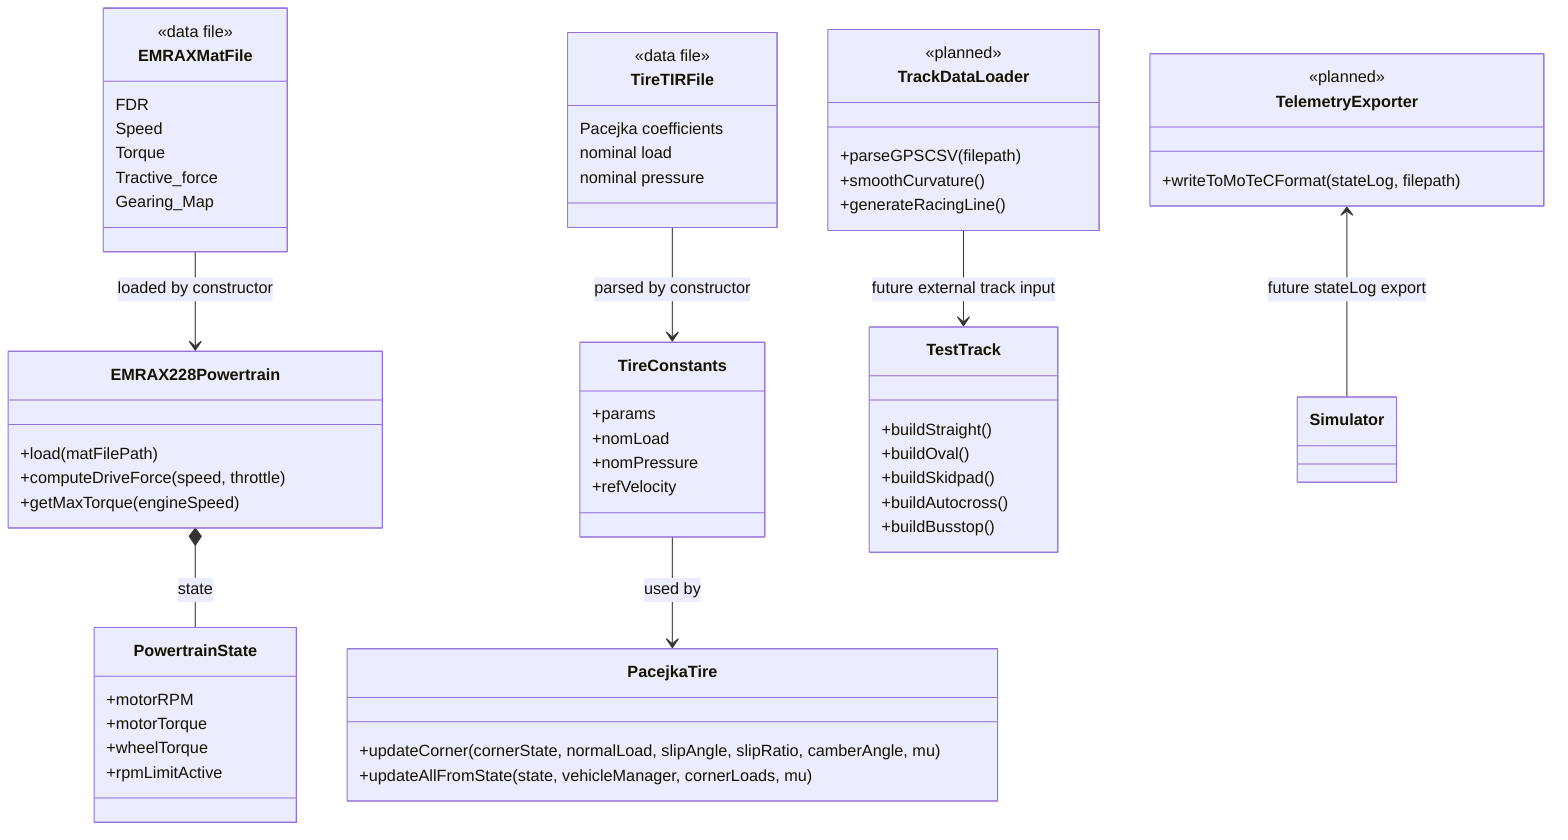
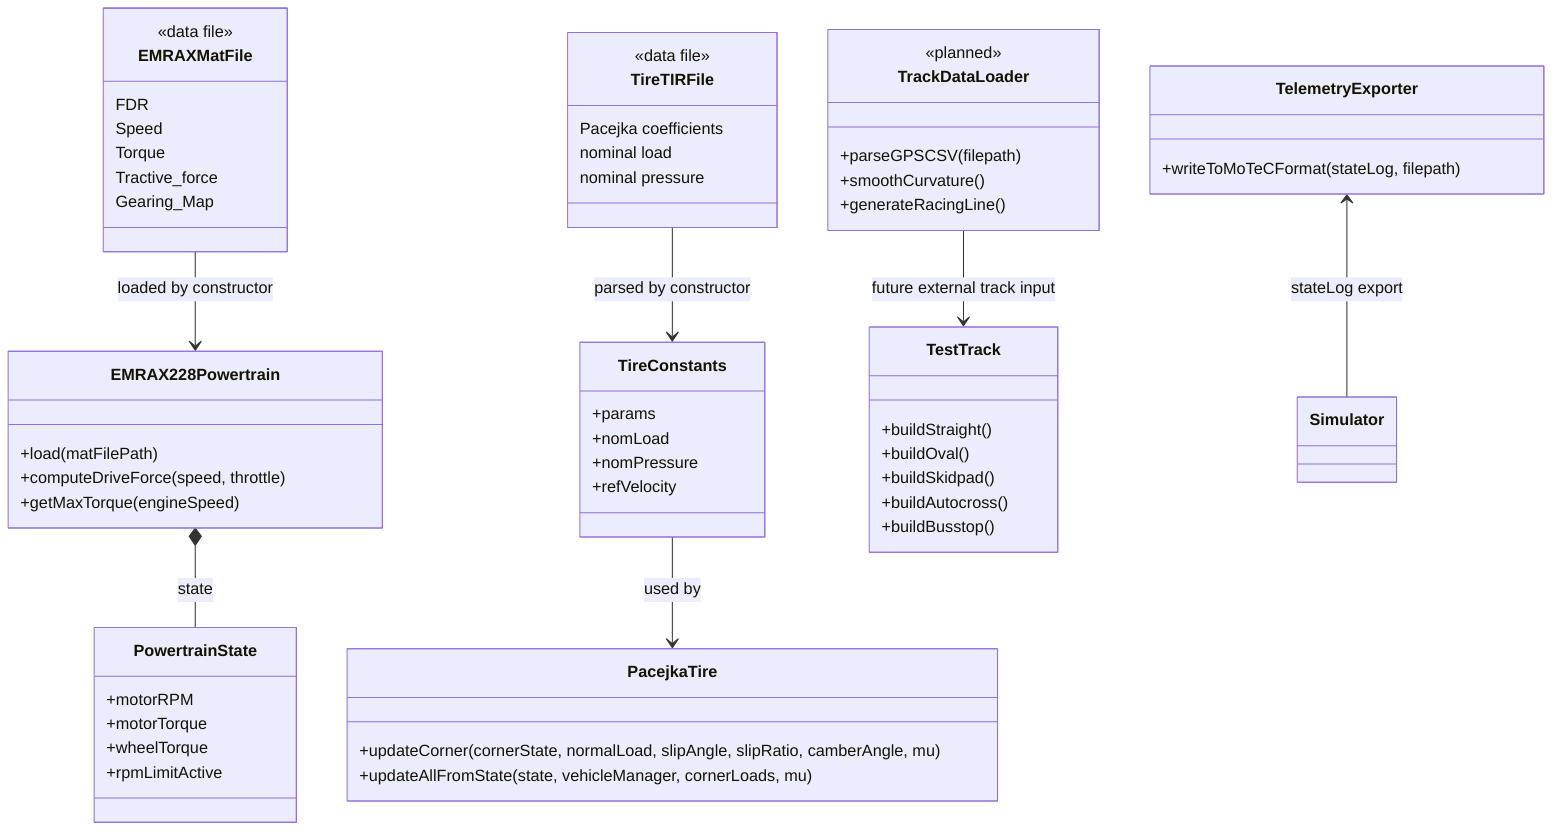
classDiagram
    class EMRAXMatFile {
        <<data file>>
        FDR
        Speed
        Torque
        Tractive_force
        Gearing_Map
    }

    class TireTIRFile {
        <<data file>>
        Pacejka coefficients
        nominal load
        nominal pressure
    }

    class EMRAX228Powertrain {
        +load(matFilePath)
        +computeDriveForce(speed, throttle)
        +getMaxTorque(engineSpeed)
    }

    class PowertrainState {
        +motorRPM
        +motorTorque
        +wheelTorque
        +rpmLimitActive
    }

    class TireConstants {
        +params
        +nomLoad
        +nomPressure
        +refVelocity
    }

    class PacejkaTire {
        +updateCorner(cornerState, normalLoad, slipAngle, slipRatio, camberAngle, mu)
        +updateAllFromState(state, vehicleManager, cornerLoads, mu)
    }

    class TestTrack {
        +buildStraight()
        +buildOval()
        +buildSkidpad()
        +buildAutocross()
        +buildBusstop()
    }

    class TrackDataLoader {
        <<planned>>
        +parseGPSCSV(filepath)
        +smoothCurvature()
        +generateRacingLine()
    }

    class TelemetryExporter {
-         <<planned>>
        +writeToMoTeCFormat(stateLog, filepath)
    }

    EMRAXMatFile --> EMRAX228Powertrain : loaded by constructor
    EMRAX228Powertrain *-- PowertrainState : state
    TireTIRFile --> TireConstants : parsed by constructor
    TireConstants --> PacejkaTire : used by
    TrackDataLoader --> TestTrack : future external track input
-     TelemetryExporter <-- Simulator : future stateLog export
+     TelemetryExporter <-- Simulator : stateLog export
